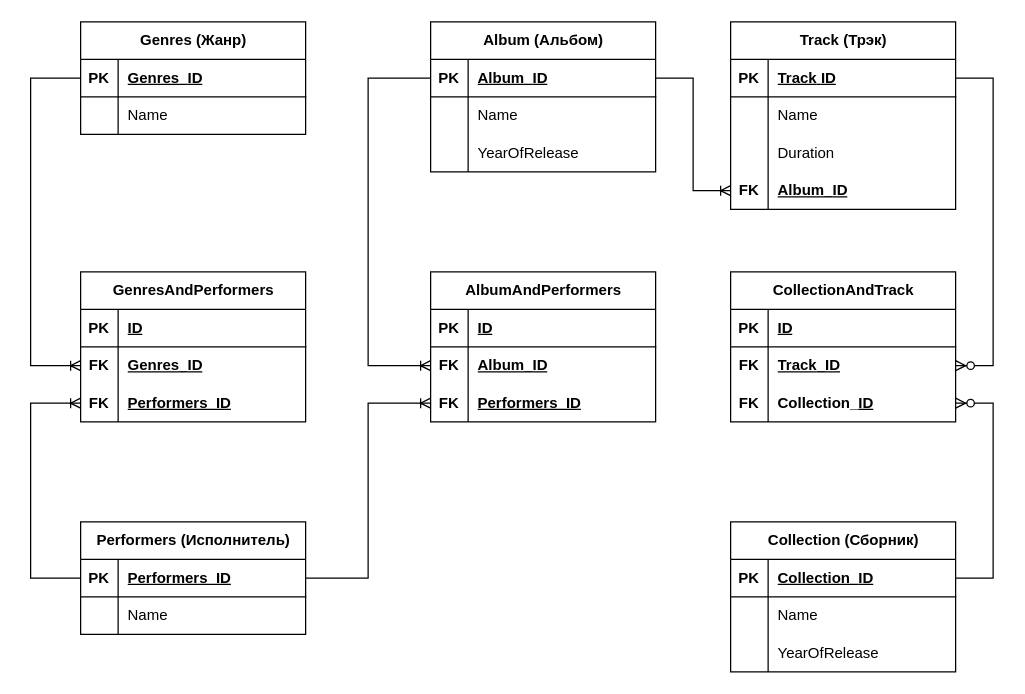
Earlier version of the draw.io diagram Databases/02-CreateDatabase/MusicSiteNew.drawio (BOSS-OIOKTPP/Homeworks_Netology_C_plus_plus). Source tidied: cells renumbered, new cells numbered last; positions are measured from the earlier drawing's top-left corner, leaving out a move shared by most shapes. Both pictures are drawn from the tidied source at 125%, with x=0, y=0 at pixel (30, 21).
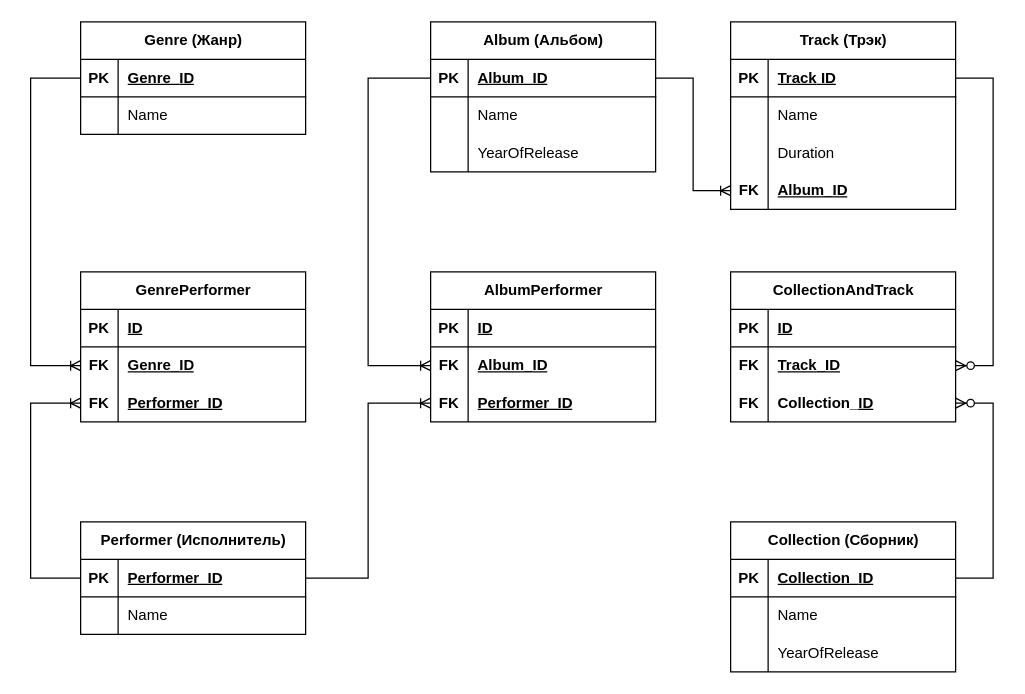
The same page after the edit.

Unchanged cells that the change refers to:
```xml
<mxCell id="3" style="shape=tableRow;horizontal=0;startSize=0;swimlaneHead=0;swimlaneBody=0;fillColor=none;points=[[0,0.5],[1,0.5]];portConstraint=eastwest;top=0;left=0;right=0;bottom=1;" parent="2" vertex="1">
  <mxGeometry y="30" width="180" height="30" as="geometry" />
</mxCell>
<mxCell id="10" style="shape=tableRow;horizontal=0;startSize=0;swimlaneHead=0;swimlaneBody=0;fillColor=none;points=[[0,0.5],[1,0.5]];portConstraint=eastwest;top=0;left=0;right=0;bottom=1;" parent="9" vertex="1">
  <mxGeometry y="30" width="180" height="30" as="geometry" />
</mxCell>
<mxCell id="45" style="shape=tableRow;horizontal=0;startSize=0;swimlaneHead=0;swimlaneBody=0;fillColor=none;points=[[0,0.5],[1,0.5]];portConstraint=eastwest;top=0;left=0;right=0;bottom=0;" parent="41" vertex="1">
  <mxGeometry y="60" width="180" height="30" as="geometry" />
</mxCell>
<mxCell id="48" style="shape=tableRow;horizontal=0;startSize=0;swimlaneHead=0;swimlaneBody=0;fillColor=none;points=[[0,0.5],[1,0.5]];portConstraint=eastwest;top=0;left=0;right=0;bottom=0;" parent="41" vertex="1">
  <mxGeometry y="90" width="180" height="30" as="geometry" />
</mxCell>
<mxCell id="59" style="shape=tableRow;horizontal=0;startSize=0;swimlaneHead=0;swimlaneBody=0;fillColor=none;points=[[0,0.5],[1,0.5]];portConstraint=eastwest;top=0;left=0;right=0;bottom=0;" parent="52" vertex="1">
  <mxGeometry y="90" width="180" height="30" as="geometry" />
</mxCell>
```

Diff of the diagram source:
```diff
@@
-    <mxCell id="2" value="Genres (Жанр)" style="shape=table;startSize=30;childLayout=tableLayout;rowLines=0;fontStyle=1;align=center;html=1;" parent="1" vertex="1">
+    <mxCell id="2" value="Genre (Жанр)" style="shape=table;startSize=30;childLayout=tableLayout;rowLines=0;fontStyle=1;align=center;html=1;" parent="1" vertex="1">
       <mxGeometry x="40" width="180" height="90" as="geometry" />
     </mxCell>
@@
-    <mxCell id="5" value="&lt;span style=&quot;white-space-collapse: preserve;&quot; class=&quot;aNeGP0gI0B9AV8JaHPyH&quot;&gt;&lt;span style=&quot;text-align: center; white-space: nowrap;&quot;&gt;Genres&lt;/span&gt;_&lt;/span&gt;ID" style="shape=partialRectangle;fillColor=none;top=0;left=0;bottom=0;right=0;align=left;spacingLeft=6;fontStyle=5;overflow=hidden;whiteSpace=wrap;html=1;" parent="3" vertex="1">
+    <mxCell id="5" value="&lt;span style=&quot;white-space-collapse: preserve;&quot; class=&quot;aNeGP0gI0B9AV8JaHPyH&quot;&gt;&lt;span style=&quot;text-align: center; white-space: nowrap;&quot;&gt;Genre&lt;/span&gt;_&lt;/span&gt;ID" style="shape=partialRectangle;fillColor=none;top=0;left=0;bottom=0;right=0;align=left;spacingLeft=6;fontStyle=5;overflow=hidden;whiteSpace=wrap;html=1;" parent="3" vertex="1">
       <mxGeometry x="30" width="150" height="30" as="geometry" />
     </mxCell>
@@
-    <mxCell id="9" value="Performers (Исполнитель)" style="shape=table;startSize=30;childLayout=tableLayout;rowLines=0;fontStyle=1;align=center;html=1;" parent="1" vertex="1">
+    <mxCell id="9" value="Performer (Исполнитель)" style="shape=table;startSize=30;childLayout=tableLayout;rowLines=0;fontStyle=1;align=center;html=1;" parent="1" vertex="1">
       <mxGeometry x="40" y="400" width="180" height="90" as="geometry" />
     </mxCell>
@@
-    <mxCell id="12" value="Performers_ID" style="shape=partialRectangle;fillColor=none;top=0;left=0;bottom=0;right=0;align=left;spacingLeft=6;fontStyle=5;overflow=hidden;whiteSpace=wrap;html=1;" parent="10" vertex="1">
+    <mxCell id="12" value="Performer_ID" style="shape=partialRectangle;fillColor=none;top=0;left=0;bottom=0;right=0;align=left;spacingLeft=6;fontStyle=5;overflow=hidden;whiteSpace=wrap;html=1;" parent="10" vertex="1">
       <mxGeometry x="30" width="150" height="30" as="geometry" />
     </mxCell>
@@
-    <mxCell id="41" value="GenresAndPerformers" style="shape=table;startSize=30;childLayout=tableLayout;rowLines=0;fontStyle=1;align=center;html=1;" parent="1" vertex="1">
+    <mxCell id="41" value="GenrePerformer" style="shape=table;startSize=30;childLayout=tableLayout;rowLines=0;fontStyle=1;align=center;html=1;" parent="1" vertex="1">
       <mxGeometry x="40" y="200" width="180" height="120" as="geometry" />
     </mxCell>
@@
-    <mxCell id="47" value="&lt;u&gt;&lt;span style=&quot;font-weight: 700; white-space-collapse: preserve;&quot; class=&quot;aNeGP0gI0B9AV8JaHPyH&quot;&gt;&lt;span style=&quot;text-align: center; white-space: nowrap;&quot;&gt;Genres&lt;/span&gt;_&lt;/span&gt;&lt;span style=&quot;font-weight: 700;&quot;&gt;ID&lt;/span&gt;&lt;/u&gt;" style="shape=partialRectangle;fillColor=none;top=0;left=0;bottom=0;right=0;align=left;spacingLeft=6;overflow=hidden;whiteSpace=wrap;html=1;" parent="45" vertex="1">
+    <mxCell id="47" value="&lt;u&gt;&lt;span style=&quot;font-weight: 700; white-space-collapse: preserve;&quot; class=&quot;aNeGP0gI0B9AV8JaHPyH&quot;&gt;&lt;span style=&quot;text-align: center; white-space: nowrap;&quot;&gt;Genre&lt;/span&gt;_&lt;/span&gt;&lt;span style=&quot;font-weight: 700;&quot;&gt;ID&lt;/span&gt;&lt;/u&gt;" style="shape=partialRectangle;fillColor=none;top=0;left=0;bottom=0;right=0;align=left;spacingLeft=6;overflow=hidden;whiteSpace=wrap;html=1;" parent="45" vertex="1">
       <mxGeometry x="30" width="150" height="30" as="geometry" />
     </mxCell>
@@
-    <mxCell id="50" value="&lt;span style=&quot;font-weight: 700; text-decoration-line: underline;&quot;&gt;Performers_ID&lt;/span&gt;" style="shape=partialRectangle;fillColor=none;top=0;left=0;bottom=0;right=0;align=left;spacingLeft=6;overflow=hidden;whiteSpace=wrap;html=1;" parent="48" vertex="1">
+    <mxCell id="50" value="&lt;span style=&quot;font-weight: 700; text-decoration-line: underline;&quot;&gt;Performer_ID&lt;/span&gt;" style="shape=partialRectangle;fillColor=none;top=0;left=0;bottom=0;right=0;align=left;spacingLeft=6;overflow=hidden;whiteSpace=wrap;html=1;" parent="48" vertex="1">
       <mxGeometry x="30" width="150" height="30" as="geometry" />
     </mxCell>
@@
-    <mxCell id="52" value="AlbumAndPerformers" style="shape=table;startSize=30;childLayout=tableLayout;rowLines=0;fontStyle=1;align=center;html=1;" parent="1" vertex="1">
+    <mxCell id="52" value="AlbumPerformer" style="shape=table;startSize=30;childLayout=tableLayout;rowLines=0;fontStyle=1;align=center;html=1;" parent="1" vertex="1">
       <mxGeometry x="320" y="200" width="180" height="120" as="geometry" />
     </mxCell>
@@
-    <mxCell id="61" value="&lt;span style=&quot;font-weight: 700; text-decoration-line: underline;&quot;&gt;Performers_ID&lt;/span&gt;" style="shape=partialRectangle;fillColor=none;top=0;left=0;bottom=0;right=0;align=left;spacingLeft=6;overflow=hidden;whiteSpace=wrap;html=1;" parent="59" vertex="1">
+    <mxCell id="61" value="&lt;span style=&quot;font-weight: 700; text-decoration-line: underline;&quot;&gt;Performer_ID&lt;/span&gt;" style="shape=partialRectangle;fillColor=none;top=0;left=0;bottom=0;right=0;align=left;spacingLeft=6;overflow=hidden;whiteSpace=wrap;html=1;" parent="59" vertex="1">
       <mxGeometry x="30" width="150" height="30" as="geometry" />
     </mxCell>
```
